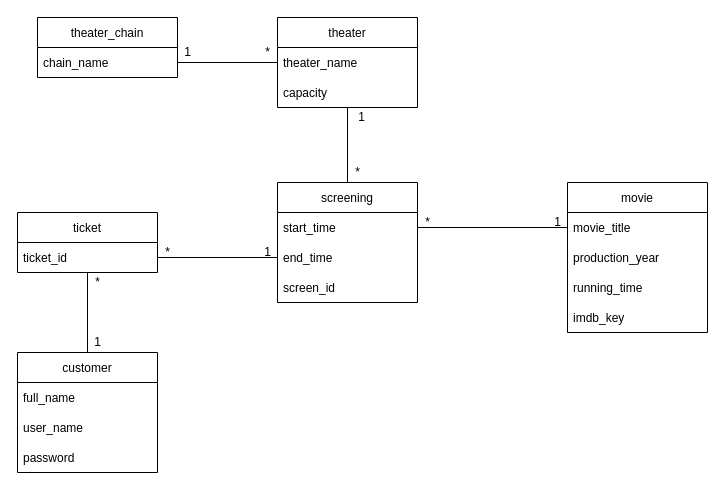
The draw.io diagram lab2/lab2.drawio in MarcusBegic/databas, before the edit. Source tidied: cells renumbered, new cells numbered last; positions are measured from the earlier drawing's top-left corner, leaving out a move shared by most shapes. Both pictures are drawn from the tidied source at 100%, with x=0, y=0 at pixel (17, 17).
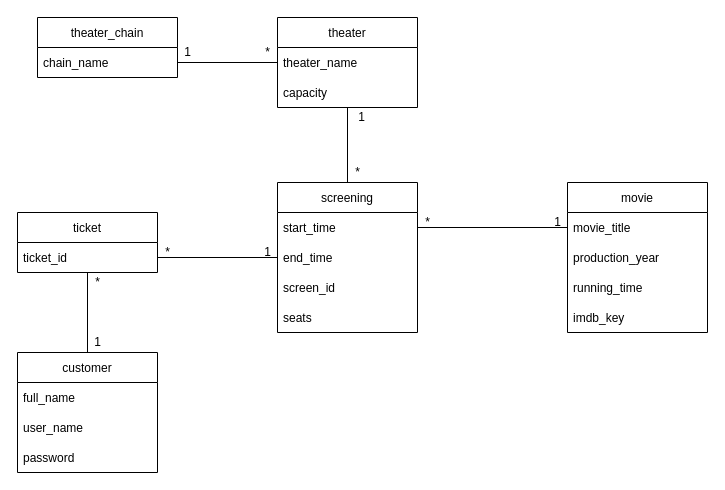
The same diagram, later.

Commit message (it also covers changes not shown here):
started with lab2.sql, not finished as of yet. might need tweaks.

Change to the diagram source:
```diff
@@
     <mxCell id="7" value="screening" style="swimlane;fontStyle=0;horizontal=1;startSize=30;" parent="1" vertex="1">
-      <mxGeometry x="260" y="165" width="140" height="120" as="geometry" />
+      <mxGeometry x="260" y="165" width="140" height="150" as="geometry" />
     </mxCell>
@@
+    <mxCell id="37" value="seats" style="text;strokeColor=none;fillColor=none;align=left;verticalAlign=middle;spacingLeft=4;spacingRight=4;overflow=hidden;" parent="7" vertex="1">
+      <mxGeometry y="120" width="140" height="30" as="geometry" />
+    </mxCell>
```
